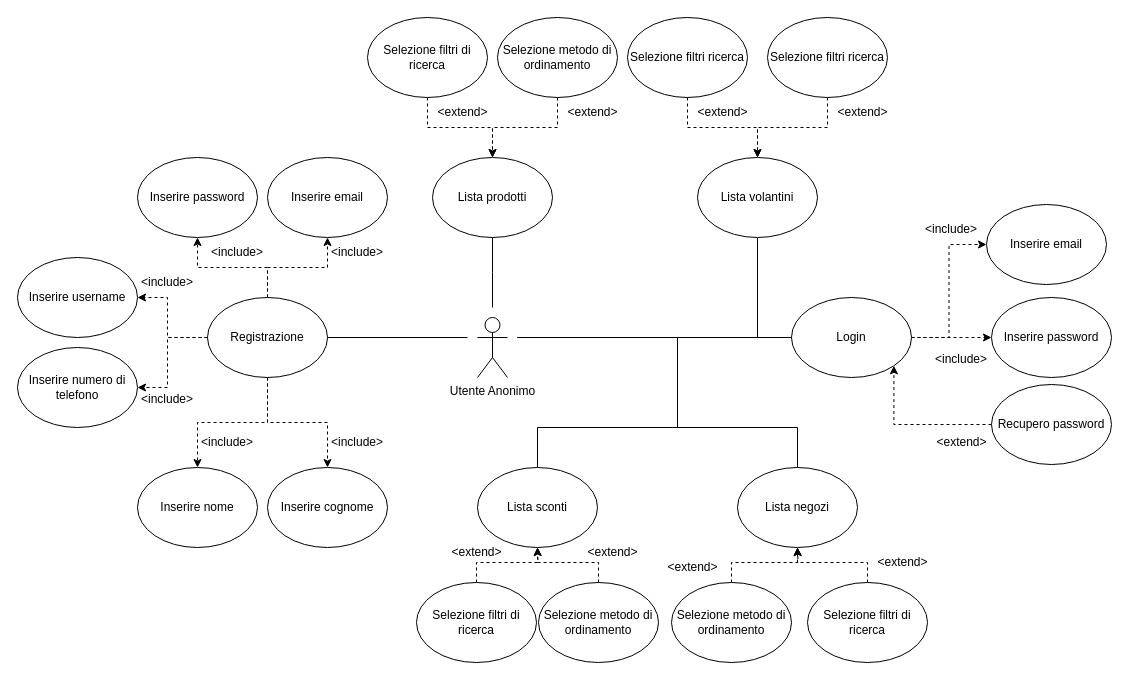
Above: UML/UCD_utente_anonimo.drawio in G15-UniTN/iSpesa (draw.io), before the change. Source tidied: cells renumbered, new cells numbered last; positions are measured from the earlier drawing's top-left corner, leaving out a move shared by most shapes. Both pictures are drawn from the tidied source at 100%, with x=0, y=0 at pixel (17, 17).
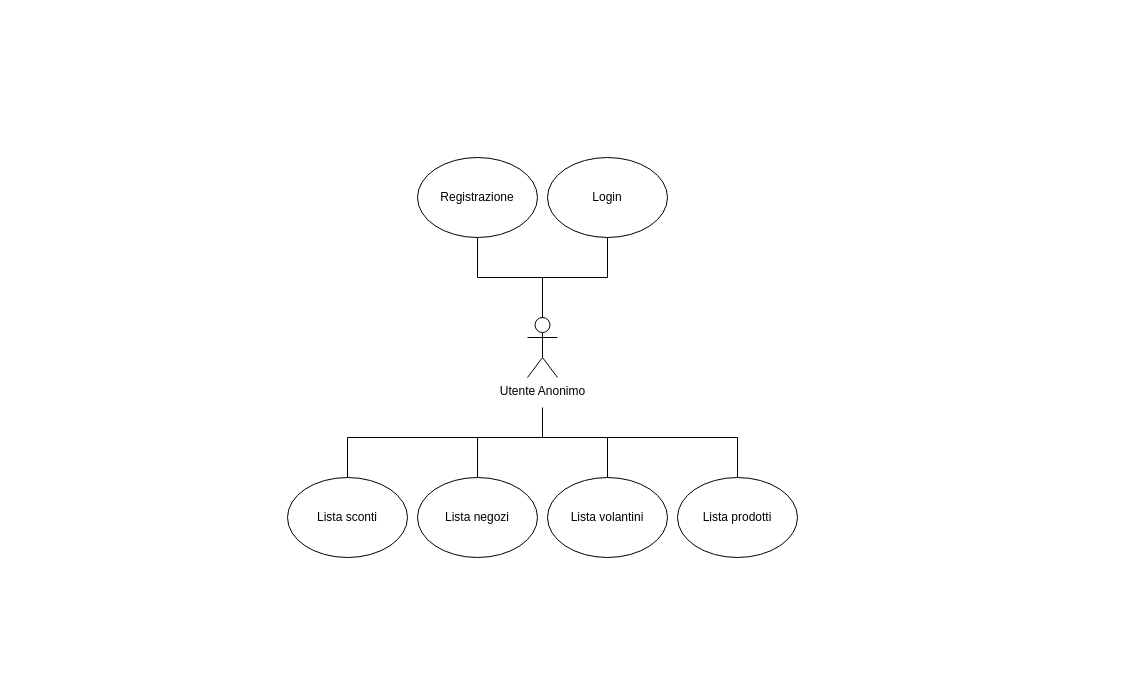
The same page after the edit.

The edit, as a diff of the source:
```diff
@@
     <mxCell id="2" value="Utente Anonimo&lt;br&gt;" style="shape=umlActor;verticalLabelPosition=bottom;verticalAlign=top;html=1;outlineConnect=0;" parent="1" vertex="1">
-      <mxGeometry x="460" y="300" width="30" height="60" as="geometry" />
+      <mxGeometry x="510" y="300" width="30" height="60" as="geometry" />
     </mxCell>
-    <mxCell id="3" style="edgeStyle=orthogonalEdgeStyle;rounded=0;jettySize=auto;html=1;exitX=1;exitY=0.5;exitDx=0;exitDy=0;entryX=0;entryY=0.5;entryDx=0;entryDy=0;dashed=1;" parent="1" edge="1" source="5" target="6">
-      <mxGeometry relative="1" as="geometry" />
-    </mxCell>
-    <mxCell id="4" style="edgeStyle=orthogonalEdgeStyle;rounded=0;jettySize=auto;html=1;exitX=1;exitY=0.5;exitDx=0;exitDy=0;entryX=0;entryY=0.5;entryDx=0;entryDy=0;dashed=1;" parent="1" edge="1" source="5" target="7">
-      <mxGeometry relative="1" as="geometry" />
-    </mxCell>
+    <mxCell id="66" style="edgeStyle=orthogonalEdgeStyle;rounded=0;jettySize=auto;html=1;exitX=0.5;exitY=1;exitDx=0;exitDy=0;endArrow=none;endFill=0;" parent="1" edge="1" source="5" target="2">
+      <mxGeometry relative="1" as="geometry" />
+    </mxCell>
     <mxCell id="5" value="Login" style="ellipse;whiteSpace=wrap;html=1;" parent="1" vertex="1">
-      <mxGeometry x="774" y="280" width="120" height="80" as="geometry" />
+      <mxGeometry x="530" y="140" width="120" height="80" as="geometry" />
     </mxCell>
-    <mxCell id="6" value="Inserire email" style="ellipse;whiteSpace=wrap;html=1;" parent="1" vertex="1">
-      <mxGeometry x="969" y="187" width="120" height="80" as="geometry" />
-    </mxCell>
-    <mxCell id="7" value="Inserire password" style="ellipse;whiteSpace=wrap;html=1;" parent="1" vertex="1">
-      <mxGeometry x="974" y="280" width="120" height="80" as="geometry" />
-    </mxCell>
-    <mxCell id="8" value="&amp;lt;include&amp;gt;" style="text;html=1;strokeColor=none;fillColor=none;align=center;verticalAlign=middle;whiteSpace=wrap;rounded=0;" parent="1" vertex="1">
-      <mxGeometry x="904" y="197" width="60" height="30" as="geometry" />
-    </mxCell>
-    <mxCell id="9" value="&amp;lt;include&amp;gt;" style="text;html=1;strokeColor=none;fillColor=none;align=center;verticalAlign=middle;whiteSpace=wrap;rounded=0;" parent="1" vertex="1">
-      <mxGeometry x="914" y="327" width="60" height="30" as="geometry" />
-    </mxCell>
-    <mxCell id="10" style="endArrow=none;html=1;rounded=0;entryX=0;entryY=0.5;entryDx=0;entryDy=0;" parent="1" edge="1" target="5">
-      <mxGeometry relative="1" as="geometry">
-        <mxPoint x="500" y="320" as="sourcePoint" />
-      </mxGeometry>
-    </mxCell>
-    <mxCell id="11" style="edgeStyle=orthogonalEdgeStyle;rounded=0;jettySize=auto;html=1;exitX=0;exitY=0.5;exitDx=0;exitDy=0;entryX=1;entryY=1;entryDx=0;entryDy=0;dashed=1;" parent="1" edge="1" source="12" target="5">
-      <mxGeometry relative="1" as="geometry" />
-    </mxCell>
-    <mxCell id="12" value="Recupero password" style="ellipse;whiteSpace=wrap;html=1;" parent="1" vertex="1">
-      <mxGeometry x="974" y="367" width="120" height="80" as="geometry" />
-    </mxCell>
-    <mxCell id="13" value="&amp;lt;extend&amp;gt;" style="text;html=1;align=center;verticalAlign=middle;strokeColor=none;fillColor=none;" parent="1" vertex="1">
-      <mxGeometry x="909" y="410" width="70" height="30" as="geometry" />
-    </mxCell>
+    <mxCell id="67" style="edgeStyle=orthogonalEdgeStyle;rounded=0;jettySize=auto;html=1;exitX=0.5;exitY=0;exitDx=0;exitDy=0;endArrow=none;endFill=0;" parent="1" edge="1" source="14">
+      <mxGeometry relative="1" as="geometry">
+        <mxPoint x="590" y="420" as="targetPoint" />
+        <Array as="points">
+          <mxPoint x="720" y="420" />
+        </Array>
+      </mxGeometry>
+    </mxCell>
     <mxCell id="14" value="Lista prodotti" style="ellipse;whiteSpace=wrap;html=1;" parent="1" vertex="1">
-      <mxGeometry x="415" y="140" width="120" height="80" as="geometry" />
+      <mxGeometry x="660" y="460" width="120" height="80" as="geometry" />
     </mxCell>
-    <mxCell id="15" style="edgeStyle=orthogonalEdgeStyle;rounded=0;jettySize=auto;html=1;exitX=0.5;exitY=0;exitDx=0;exitDy=0;endArrow=none;endFill=0;" parent="1" edge="1" source="16">
-      <mxGeometry relative="1" as="geometry">
-        <mxPoint x="500" y="320" as="targetPoint" />
-        <Array as="points">
-          <mxPoint x="520" y="410" />
-          <mxPoint x="660" y="410" />
-          <mxPoint x="660" y="320" />
-        </Array>
-      </mxGeometry>
-    </mxCell>
+    <mxCell id="68" style="edgeStyle=orthogonalEdgeStyle;rounded=0;jettySize=auto;html=1;exitX=0.5;exitY=0;exitDx=0;exitDy=0;endArrow=none;endFill=0;" parent="1" edge="1" source="16">
+      <mxGeometry relative="1" as="geometry">
+        <mxPoint x="460" y="430" as="targetPoint" />
+        <Array as="points">
+          <mxPoint x="330" y="420" />
+          <mxPoint x="460" y="420" />
+        </Array>
+      </mxGeometry>
+    </mxCell>
     <mxCell id="16" value="Lista sconti" style="ellipse;whiteSpace=wrap;html=1;" parent="1" vertex="1">
-      <mxGeometry x="460" y="450" width="120" height="80" as="geometry" />
+      <mxGeometry x="270" y="460" width="120" height="80" as="geometry" />
     </mxCell>
-    <mxCell id="17" style="edgeStyle=orthogonalEdgeStyle;rounded=0;jettySize=auto;html=1;exitX=0.5;exitY=0;exitDx=0;exitDy=0;endArrow=none;endFill=0;" parent="1" edge="1" source="18">
-      <mxGeometry relative="1" as="geometry">
-        <mxPoint x="500" y="320" as="targetPoint" />
-        <Array as="points">
-          <mxPoint x="780" y="410" />
-          <mxPoint x="660" y="410" />
-          <mxPoint x="660" y="320" />
-        </Array>
-      </mxGeometry>
-    </mxCell>
+    <mxCell id="69" style="edgeStyle=orthogonalEdgeStyle;rounded=0;jettySize=auto;html=1;exitX=0.5;exitY=0;exitDx=0;exitDy=0;endArrow=none;endFill=0;" parent="1" edge="1" source="18">
+      <mxGeometry relative="1" as="geometry">
+        <mxPoint x="525" y="390" as="targetPoint" />
+        <Array as="points">
+          <mxPoint x="460" y="420" />
+          <mxPoint x="525" y="420" />
+        </Array>
+      </mxGeometry>
+    </mxCell>
     <mxCell id="18" value="Lista negozi" style="ellipse;whiteSpace=wrap;html=1;" parent="1" vertex="1">
-      <mxGeometry x="720" y="450" width="120" height="80" as="geometry" />
+      <mxGeometry x="400" y="460" width="120" height="80" as="geometry" />
     </mxCell>
-    <mxCell id="19" style="edgeStyle=orthogonalEdgeStyle;rounded=0;jettySize=auto;html=1;exitX=0.5;exitY=1;exitDx=0;exitDy=0;endArrow=none;endFill=0;" parent="1" edge="1" source="14">
-      <mxGeometry relative="1" as="geometry">
-        <mxPoint x="475" y="290" as="targetPoint" />
-      </mxGeometry>
-    </mxCell>
-    <mxCell id="20" style="edgeStyle=orthogonalEdgeStyle;rounded=0;jettySize=auto;html=1;exitX=0.5;exitY=1;exitDx=0;exitDy=0;dashed=1;" parent="1" edge="1" source="25" target="31">
-      <mxGeometry relative="1" as="geometry" />
-    </mxCell>
-    <mxCell id="21" style="edgeStyle=orthogonalEdgeStyle;rounded=0;jettySize=auto;html=1;exitX=0.5;exitY=1;exitDx=0;exitDy=0;dashed=1;" parent="1" edge="1" source="25" target="30">
-      <mxGeometry relative="1" as="geometry" />
-    </mxCell>
-    <mxCell id="22" style="edgeStyle=orthogonalEdgeStyle;rounded=0;jettySize=auto;html=1;exitX=0.5;exitY=0;exitDx=0;exitDy=0;dashed=1;" parent="1" edge="1" source="25" target="28">
-      <mxGeometry relative="1" as="geometry" />
-    </mxCell>
-    <mxCell id="23" style="edgeStyle=orthogonalEdgeStyle;rounded=0;jettySize=auto;html=1;exitX=0.5;exitY=0;exitDx=0;exitDy=0;dashed=1;" parent="1" edge="1" source="25" target="27">
-      <mxGeometry relative="1" as="geometry" />
-    </mxCell>
-    <mxCell id="24" style="edgeStyle=orthogonalEdgeStyle;rounded=0;jettySize=auto;html=1;exitX=0;exitY=0.5;exitDx=0;exitDy=0;entryX=1;entryY=0.5;entryDx=0;entryDy=0;dashed=1;" parent="1" edge="1" source="25" target="32">
-      <mxGeometry relative="1" as="geometry">
-        <Array as="points">
-          <mxPoint x="150" y="320" />
-          <mxPoint x="150" y="370" />
-        </Array>
-      </mxGeometry>
-    </mxCell>
+    <mxCell id="70" style="edgeStyle=orthogonalEdgeStyle;rounded=0;jettySize=auto;html=1;exitX=0.5;exitY=1;exitDx=0;exitDy=0;entryX=0.5;entryY=0;entryDx=0;entryDy=0;entryPerimeter=0;endArrow=none;endFill=0;" parent="1" edge="1" source="25" target="2">
+      <mxGeometry relative="1" as="geometry" />
+    </mxCell>
     <mxCell id="25" value="Registrazione" style="ellipse;whiteSpace=wrap;html=1;" parent="1" vertex="1">
-      <mxGeometry x="190" y="280" width="120" height="80" as="geometry" />
+      <mxGeometry x="400" y="140" width="120" height="80" as="geometry" />
     </mxCell>
-    <mxCell id="26" style="endArrow=none;html=1;rounded=0;exitX=1;exitY=0.5;exitDx=0;exitDy=0;" parent="1" edge="1" source="25">
-      <mxGeometry relative="1" as="geometry">
-        <mxPoint x="450" y="320" as="targetPoint" />
-      </mxGeometry>
-    </mxCell>
-    <mxCell id="27" value="Inserire email" style="ellipse;whiteSpace=wrap;html=1;" parent="1" vertex="1">
-      <mxGeometry x="250" y="140" width="120" height="80" as="geometry" />
-    </mxCell>
-    <mxCell id="28" value="Inserire password" style="ellipse;whiteSpace=wrap;html=1;" parent="1" vertex="1">
-      <mxGeometry x="120" y="140" width="120" height="80" as="geometry" />
-    </mxCell>
-    <mxCell id="29" value="Inserire username" style="ellipse;whiteSpace=wrap;html=1;" parent="1" vertex="1">
-      <mxGeometry y="240" width="120" height="80" as="geometry" />
-    </mxCell>
-    <mxCell id="30" value="Inserire nome" style="ellipse;whiteSpace=wrap;html=1;" parent="1" vertex="1">
-      <mxGeometry x="120" y="450" width="120" height="80" as="geometry" />
-    </mxCell>
-    <mxCell id="31" value="Inserire cognome" style="ellipse;whiteSpace=wrap;html=1;" parent="1" vertex="1">
-      <mxGeometry x="250" y="450" width="120" height="80" as="geometry" />
-    </mxCell>
-    <mxCell id="32" value="Inserire numero di telefono" style="ellipse;whiteSpace=wrap;html=1;" parent="1" vertex="1">
-      <mxGeometry y="330" width="120" height="80" as="geometry" />
-    </mxCell>
-    <mxCell id="33" style="edgeStyle=orthogonalEdgeStyle;rounded=0;jettySize=auto;html=1;exitX=0;exitY=0.5;exitDx=0;exitDy=0;dashed=1;entryX=1;entryY=0.5;entryDx=0;entryDy=0;" parent="1" edge="1" source="25" target="29">
-      <mxGeometry relative="1" as="geometry">
-        <Array as="points">
-          <mxPoint x="150" y="320" />
-          <mxPoint x="150" y="280" />
-        </Array>
-      </mxGeometry>
-    </mxCell>
-    <mxCell id="34" value="&amp;lt;include&amp;gt;" style="text;html=1;strokeColor=none;fillColor=none;align=center;verticalAlign=middle;whiteSpace=wrap;rounded=0;" parent="1" vertex="1">
-      <mxGeometry x="310" y="220" width="60" height="30" as="geometry" />
-    </mxCell>
-    <mxCell id="35" value="&amp;lt;include&amp;gt;" style="text;html=1;strokeColor=none;fillColor=none;align=center;verticalAlign=middle;whiteSpace=wrap;rounded=0;" parent="1" vertex="1">
-      <mxGeometry x="190" y="220" width="60" height="30" as="geometry" />
-    </mxCell>
-    <mxCell id="36" value="&amp;lt;include&amp;gt;" style="text;html=1;strokeColor=none;fillColor=none;align=center;verticalAlign=middle;whiteSpace=wrap;rounded=0;" parent="1" vertex="1">
-      <mxGeometry x="120" y="250" width="60" height="30" as="geometry" />
-    </mxCell>
-    <mxCell id="37" value="&amp;lt;include&amp;gt;" style="text;html=1;strokeColor=none;fillColor=none;align=center;verticalAlign=middle;whiteSpace=wrap;rounded=0;" parent="1" vertex="1">
-      <mxGeometry x="120" y="367" width="60" height="30" as="geometry" />
-    </mxCell>
-    <mxCell id="38" value="&amp;lt;include&amp;gt;" style="text;html=1;strokeColor=none;fillColor=none;align=center;verticalAlign=middle;whiteSpace=wrap;rounded=0;" parent="1" vertex="1">
-      <mxGeometry x="180" y="410" width="60" height="30" as="geometry" />
-    </mxCell>
-    <mxCell id="39" value="&amp;lt;include&amp;gt;" style="text;html=1;strokeColor=none;fillColor=none;align=center;verticalAlign=middle;whiteSpace=wrap;rounded=0;" parent="1" vertex="1">
-      <mxGeometry x="310" y="410" width="60" height="30" as="geometry" />
-    </mxCell>
-    <mxCell id="40" style="edgeStyle=orthogonalEdgeStyle;rounded=0;jettySize=auto;html=1;exitX=0.5;exitY=1;exitDx=0;exitDy=0;dashed=1;" parent="1" edge="1" source="41" target="14">
-      <mxGeometry relative="1" as="geometry" />
-    </mxCell>
-    <mxCell id="41" value="Selezione filtri di ricerca" style="ellipse;whiteSpace=wrap;html=1;" parent="1" vertex="1">
-      <mxGeometry x="350" width="120" height="80" as="geometry" />
-    </mxCell>
-    <mxCell id="42" style="edgeStyle=orthogonalEdgeStyle;rounded=0;jettySize=auto;html=1;exitX=0.5;exitY=1;exitDx=0;exitDy=0;entryX=0.5;entryY=0;entryDx=0;entryDy=0;dashed=1;" parent="1" edge="1" source="43" target="14">
-      <mxGeometry relative="1" as="geometry" />
-    </mxCell>
-    <mxCell id="43" value="Selezione metodo di ordinamento" style="ellipse;whiteSpace=wrap;html=1;" parent="1" vertex="1">
-      <mxGeometry x="480" width="120" height="80" as="geometry" />
-    </mxCell>
-    <mxCell id="44" value="&amp;lt;extend&amp;gt;" style="text;html=1;align=center;verticalAlign=middle;strokeColor=none;fillColor=none;" parent="1" vertex="1">
-      <mxGeometry x="540" y="80" width="70" height="30" as="geometry" />
-    </mxCell>
-    <mxCell id="45" value="&amp;lt;extend&amp;gt;" style="text;html=1;align=center;verticalAlign=middle;strokeColor=none;fillColor=none;" parent="1" vertex="1">
-      <mxGeometry x="410" y="80" width="70" height="30" as="geometry" />
-    </mxCell>
-    <mxCell id="46" style="edgeStyle=orthogonalEdgeStyle;rounded=0;jettySize=auto;html=1;exitX=0.5;exitY=0;exitDx=0;exitDy=0;entryX=0.5;entryY=1;entryDx=0;entryDy=0;dashed=1;" parent="1" edge="1" source="47" target="16">
-      <mxGeometry relative="1" as="geometry" />
-    </mxCell>
-    <mxCell id="47" value="Selezione metodo di ordinamento" style="ellipse;whiteSpace=wrap;html=1;" parent="1" vertex="1">
-      <mxGeometry x="521" y="565" width="120" height="80" as="geometry" />
-    </mxCell>
-    <mxCell id="48" style="edgeStyle=orthogonalEdgeStyle;rounded=0;jettySize=auto;html=1;exitX=0.5;exitY=0;exitDx=0;exitDy=0;dashed=1;" parent="1" edge="1" source="49">
-      <mxGeometry relative="1" as="geometry">
-        <mxPoint x="780" y="530" as="targetPoint" />
-      </mxGeometry>
-    </mxCell>
-    <mxCell id="49" value="Selezione metodo di ordinamento" style="ellipse;whiteSpace=wrap;html=1;" parent="1" vertex="1">
-      <mxGeometry x="654" y="565" width="120" height="80" as="geometry" />
-    </mxCell>
-    <mxCell id="50" style="edgeStyle=orthogonalEdgeStyle;rounded=0;jettySize=auto;html=1;exitX=0.5;exitY=0;exitDx=0;exitDy=0;entryX=0.5;entryY=1;entryDx=0;entryDy=0;dashed=1;" parent="1" edge="1" source="51" target="18">
-      <mxGeometry relative="1" as="geometry" />
-    </mxCell>
-    <mxCell id="51" value="Selezione filtri di ricerca" style="ellipse;whiteSpace=wrap;html=1;" parent="1" vertex="1">
-      <mxGeometry x="790" y="565" width="120" height="80" as="geometry" />
-    </mxCell>
-    <mxCell id="52" value="&amp;lt;extend&amp;gt;" style="text;html=1;align=center;verticalAlign=middle;strokeColor=none;fillColor=none;" parent="1" vertex="1">
-      <mxGeometry x="850" y="530" width="70" height="30" as="geometry" />
-    </mxCell>
-    <mxCell id="53" value="&amp;lt;extend&amp;gt;" style="text;html=1;align=center;verticalAlign=middle;strokeColor=none;fillColor=none;" parent="1" vertex="1">
-      <mxGeometry x="640" y="535" width="70" height="30" as="geometry" />
-    </mxCell>
-    <mxCell id="54" style="edgeStyle=orthogonalEdgeStyle;rounded=0;jettySize=auto;html=1;exitX=0.5;exitY=0;exitDx=0;exitDy=0;dashed=1;" parent="1" edge="1" source="55">
-      <mxGeometry relative="1" as="geometry">
-        <mxPoint x="520" y="530" as="targetPoint" />
-      </mxGeometry>
-    </mxCell>
-    <mxCell id="55" value="Selezione filtri di ricerca" style="ellipse;whiteSpace=wrap;html=1;" parent="1" vertex="1">
-      <mxGeometry x="399" y="565" width="120" height="80" as="geometry" />
-    </mxCell>
-    <mxCell id="56" value="&amp;lt;extend&amp;gt;" style="text;html=1;align=center;verticalAlign=middle;strokeColor=none;fillColor=none;" parent="1" vertex="1">
-      <mxGeometry x="560" y="520" width="70" height="30" as="geometry" />
-    </mxCell>
-    <mxCell id="57" value="&amp;lt;extend&amp;gt;" style="text;html=1;align=center;verticalAlign=middle;strokeColor=none;fillColor=none;" parent="1" vertex="1">
-      <mxGeometry x="424" y="520" width="70" height="30" as="geometry" />
-    </mxCell>
-    <mxCell id="58" style="edgeStyle=orthogonalEdgeStyle;rounded=0;jettySize=auto;html=1;exitX=0.5;exitY=1;exitDx=0;exitDy=0;endArrow=none;endFill=0;" parent="1" edge="1" source="59">
-      <mxGeometry relative="1" as="geometry">
-        <mxPoint x="619.9" y="320" as="targetPoint" />
-        <Array as="points">
-          <mxPoint x="740" y="320" />
-        </Array>
-      </mxGeometry>
-    </mxCell>
+    <mxCell id="71" style="edgeStyle=orthogonalEdgeStyle;rounded=0;jettySize=auto;html=1;exitX=0.5;exitY=0;exitDx=0;exitDy=0;endArrow=none;endFill=0;" parent="1" edge="1" source="59">
+      <mxGeometry relative="1" as="geometry">
+        <mxPoint x="520" y="420" as="targetPoint" />
+        <Array as="points">
+          <mxPoint x="590" y="420" />
+        </Array>
+      </mxGeometry>
+    </mxCell>
     <mxCell id="59" value="Lista volantini" style="ellipse;whiteSpace=wrap;html=1;" parent="1" vertex="1">
-      <mxGeometry x="680" y="140" width="120" height="80" as="geometry" />
+      <mxGeometry x="530" y="460" width="120" height="80" as="geometry" />
     </mxCell>
-    <mxCell id="60" style="edgeStyle=orthogonalEdgeStyle;rounded=0;jettySize=auto;html=1;exitX=0.5;exitY=1;exitDx=0;exitDy=0;entryX=0.5;entryY=0;entryDx=0;entryDy=0;dashed=1;" parent="1" edge="1" source="61" target="59">
-      <mxGeometry relative="1" as="geometry" />
-    </mxCell>
-    <mxCell id="61" value="Selezione filtri ricerca" style="ellipse;whiteSpace=wrap;html=1;" parent="1" vertex="1">
-      <mxGeometry x="750" width="120" height="80" as="geometry" />
-    </mxCell>
-    <mxCell id="62" value="&amp;lt;extend&amp;gt;" style="text;html=1;align=center;verticalAlign=middle;strokeColor=none;fillColor=none;" parent="1" vertex="1">
-      <mxGeometry x="670" y="80" width="70" height="30" as="geometry" />
-    </mxCell>
-    <mxCell id="63" style="edgeStyle=orthogonalEdgeStyle;rounded=0;jettySize=auto;html=1;exitX=0.5;exitY=1;exitDx=0;exitDy=0;dashed=1;" parent="1" edge="1" source="64" target="59">
-      <mxGeometry relative="1" as="geometry" />
-    </mxCell>
-    <mxCell id="64" value="Selezione filtri ricerca" style="ellipse;whiteSpace=wrap;html=1;" parent="1" vertex="1">
-      <mxGeometry x="610" width="120" height="80" as="geometry" />
-    </mxCell>
-    <mxCell id="65" value="&amp;lt;extend&amp;gt;" style="text;html=1;align=center;verticalAlign=middle;strokeColor=none;fillColor=none;" parent="1" vertex="1">
-      <mxGeometry x="810" y="80" width="70" height="30" as="geometry" />
-    </mxCell>
```
